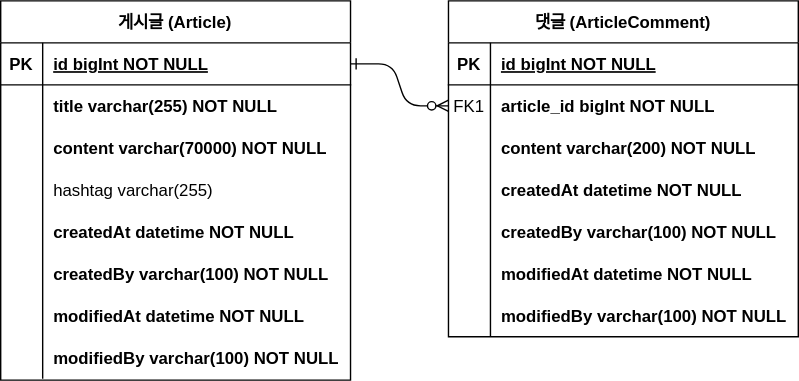
This is document/board-erd.svg from YuKyung-Chung/board-service, a draw.io export, as it was before one commit. Source tidied: cells renumbered, new cells last; positions are measured from the earlier drawing's top-left corner, leaving out a move shared by most shapes.
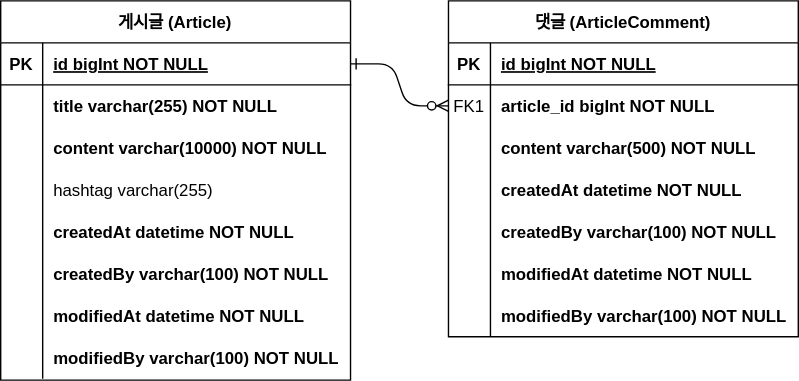
Above is the later version.

Commit message:
#10 - erd 업데이트: content 사이즈 변경

What changed in the source:
```diff
@@ -32,7 +32,7 @@
     <mxCell id="11" style="shape=partialRectangle;overflow=hidden;fillColor=none;top=0;left=0;bottom=0;right=0;" parent="10" vertex="1">
       <mxGeometry width="30" height="30" as="geometry" />
     </mxCell>
-    <mxCell id="12" value="content varchar(200) NOT NULL" style="shape=partialRectangle;overflow=hidden;fillColor=none;top=0;left=0;bottom=0;right=0;align=left;spacingLeft=6;fontStyle=1;" parent="10" vertex="1">
+    <mxCell id="12" value="content varchar(500) NOT NULL" style="shape=partialRectangle;overflow=hidden;fillColor=none;top=0;left=0;bottom=0;right=0;align=left;spacingLeft=6;fontStyle=1;" parent="10" vertex="1">
       <mxGeometry x="30" width="220" height="30" as="geometry" />
     </mxCell>
     <mxCell id="13" style="shape=partialRectangle;fillColor=none;top=0;left=0;right=0;bottom=0;" parent="3" vertex="1">
@@ -98,7 +98,7 @@
     <mxCell id="33" style="shape=partialRectangle;overflow=hidden;fillColor=none;top=0;left=0;bottom=0;right=0;" parent="32" vertex="1">
       <mxGeometry width="30" height="30" as="geometry" />
     </mxCell>
-    <mxCell id="34" value="content varchar(70000) NOT NULL" style="shape=partialRectangle;overflow=hidden;fillColor=none;top=0;left=0;bottom=0;right=0;align=left;spacingLeft=6;fontStyle=1;" parent="32" vertex="1">
+    <mxCell id="34" value="content varchar(10000) NOT NULL" style="shape=partialRectangle;overflow=hidden;fillColor=none;top=0;left=0;bottom=0;right=0;align=left;spacingLeft=6;fontStyle=1;" parent="32" vertex="1">
       <mxGeometry x="30" width="220" height="30" as="geometry" />
     </mxCell>
     <mxCell id="35" style="shape=partialRectangle;fillColor=none;top=0;left=0;right=0;bottom=0;" parent="25" vertex="1">
```
